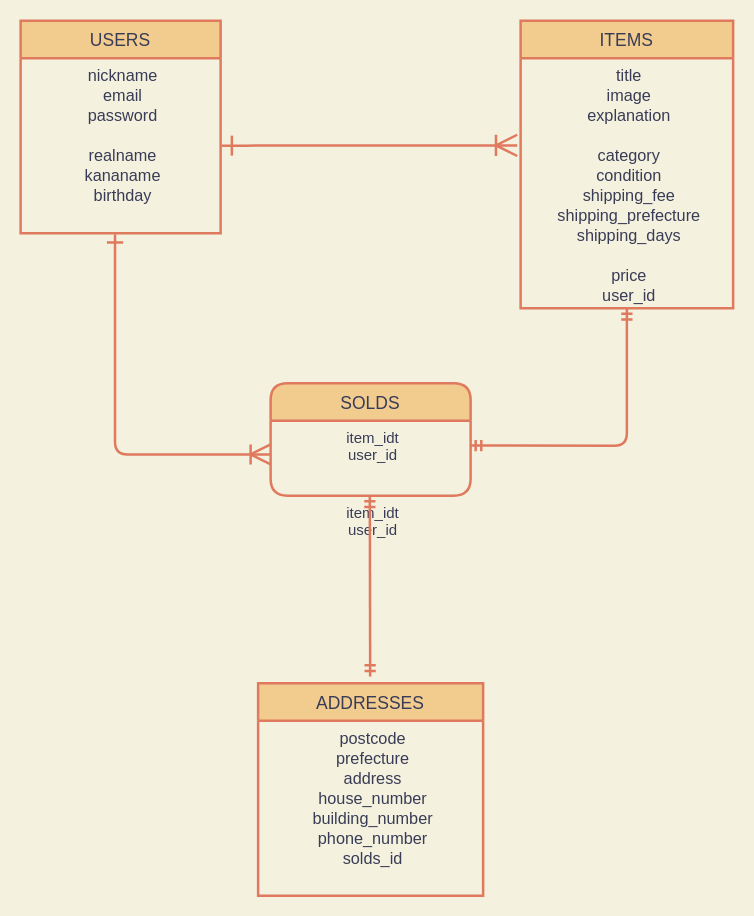
The draw.io diagram furima.dio in ZUNMASUI/furima-33472, before the edit. Source tidied: cells renumbered, new cells numbered last; positions are measured from the earlier drawing's top-left corner, leaving out a move shared by most shapes. Both pictures are drawn from the tidied source at 125%, with x=0, y=0 at pixel (20, 20).
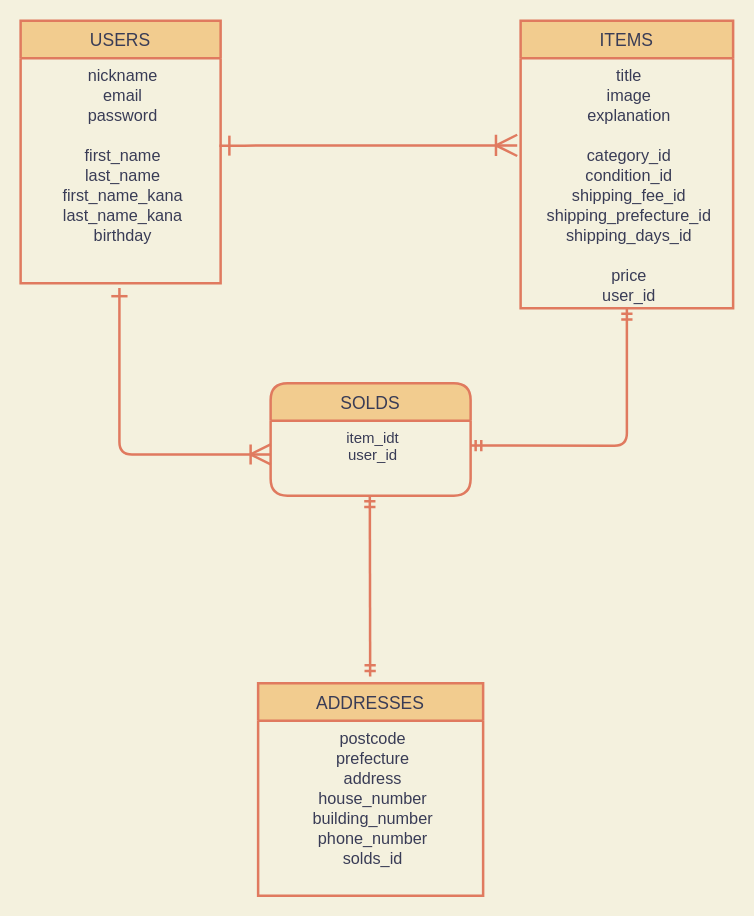
After the change.

Commit message (it also covers changes not shown here):
修正箇所の提出

What changed in the source:
```diff
@@
 <mxGraphModel background="#F4F1DE">
   <root>
     <mxCell id="0" />
     <mxCell id="1" parent="0" />
     <mxCell id="2" value="USERS" style="swimlane;horizontal=1;startSize=30;fontSize=14;fontStyle=0;strokeWidth=2;shadow=0;dashed=0;align=center;fillColor=#F2CC8F;strokeColor=#E07A5F;fontColor=#393C56;" parent="1" vertex="1">
-      <mxGeometry width="160" height="170" as="geometry" />
+      <mxGeometry width="160" height="210" as="geometry" />
     </mxCell>
-    <mxCell id="3" value="nickname&#10;email&#10;password&#10;&#10;realname&#10;kananame&#10;birthday" style="align=center;strokeColor=none;fillColor=none;spacingLeft=4;fontSize=13;verticalAlign=top;fontColor=#393C56;" parent="2" vertex="1">
-      <mxGeometry y="30" width="160" height="140" as="geometry" />
+    <mxCell id="3" value="nickname&#10;email&#10;password&#10;&#10;first_name&#10;last_name&#10;first_name_kana&#10;last_name_kana&#10;birthday" style="align=center;strokeColor=none;fillColor=none;spacingLeft=4;fontSize=13;verticalAlign=top;fontColor=#393C56;" parent="2" vertex="1">
+      <mxGeometry y="30" width="160" height="180" as="geometry" />
     </mxCell>
     <mxCell id="4" value="ITEMS" style="swimlane;horizontal=1;startSize=30;fontSize=14;fontStyle=0;strokeWidth=2;shadow=0;dashed=0;align=center;fillColor=#F2CC8F;strokeColor=#E07A5F;fontColor=#393C56;" parent="1" vertex="1">
       <mxGeometry x="400" width="170" height="230" as="geometry" />
     </mxCell>
-    <mxCell id="5" value="title&#10;image&#10;explanation&#10;&#10;category&#10;condition&#10;shipping_fee&#10;shipping_prefecture&#10;shipping_days&#10;&#10;price&#10;user_id&#10;" style="align=center;strokeColor=none;fillColor=none;spacingLeft=4;fontSize=13;verticalAlign=top;fontColor=#393C56;" parent="4" vertex="1">
+    <mxCell id="5" value="title&#10;image&#10;explanation&#10;&#10;category_id&#10;condition_id&#10;shipping_fee_id&#10;shipping_prefecture_id&#10;shipping_days_id&#10;&#10;price&#10;user_id&#10;" style="align=center;strokeColor=none;fillColor=none;spacingLeft=4;fontSize=13;verticalAlign=top;fontColor=#393C56;" parent="4" vertex="1">
       <mxGeometry y="30" width="170" height="200" as="geometry" />
     </mxCell>
     <mxCell id="6" value="ADDRESSES" style="swimlane;horizontal=1;startSize=30;fontSize=14;fontStyle=0;strokeWidth=2;shadow=0;dashed=0;align=center;fillColor=#F2CC8F;strokeColor=#E07A5F;fontColor=#393C56;" parent="1" vertex="1">
       <mxGeometry x="190" y="530" width="180" height="170" as="geometry" />
     </mxCell>
     <mxCell id="7" value="postcode&#10;prefecture&#10;address&#10;house_number&#10;building_number&#10;phone_number&#10;solds_id" style="align=center;strokeColor=none;fillColor=none;spacingLeft=4;fontSize=13;verticalAlign=top;fontColor=#393C56;" parent="6" vertex="1">
       <mxGeometry y="30" width="180" height="140" as="geometry" />
     </mxCell>
-    <mxCell id="8" style="edgeStyle=entityRelationEdgeStyle;fontSize=12;html=1;endArrow=ERoneToMany;entryX=-0.016;entryY=0.349;entryDx=0;entryDy=0;entryPerimeter=0;fillColor=#F2CC8F;endFill=0;strokeColor=#E07A5F;strokeWidth=2;startArrow=ERone;startFill=0;endSize=14;sourcePerimeterSpacing=1;targetPerimeterSpacing=3;startSize=13;labelBackgroundColor=#F4F1DE;fontColor=#393C56;" parent="1" edge="1" source="3" target="5">
-      <mxGeometry relative="1" as="geometry" />
+    <mxCell id="8" style="edgeStyle=entityRelationEdgeStyle;fontSize=12;html=1;endArrow=ERoneToMany;entryX=-0.016;entryY=0.349;entryDx=0;entryDy=0;entryPerimeter=0;fillColor=#F2CC8F;endFill=0;strokeColor=#E07A5F;strokeWidth=2;startArrow=ERone;startFill=0;endSize=14;sourcePerimeterSpacing=1;targetPerimeterSpacing=3;startSize=13;labelBackgroundColor=#F4F1DE;fontColor=#393C56;" parent="1" edge="1" target="5">
+      <mxGeometry relative="1" as="geometry">
+        <mxPoint x="159" y="100" as="sourcePoint" />
+      </mxGeometry>
     </mxCell>
     <mxCell id="9" style="edgeStyle=orthogonalEdgeStyle;fontSize=12;html=1;endArrow=ERmandOne;startArrow=ERmandOne;strokeColor=#E07A5F;strokeWidth=2;entryX=0.5;entryY=1;entryDx=0;entryDy=0;labelBackgroundColor=#F4F1DE;fontColor=#393C56;exitX=0.997;exitY=0.333;exitDx=0;exitDy=0;exitPerimeter=0;" parent="1" edge="1" source="11" target="5">
       <mxGeometry relative="1" as="geometry">
         <Array as="points">
           <mxPoint x="485" y="340" />
         </Array>
       </mxGeometry>
     </mxCell>
     <mxCell id="10" value="SOLDS" style="swimlane;horizontal=1;startSize=30;rounded=1;fontSize=14;fontStyle=0;strokeWidth=2;shadow=0;dashed=0;align=center;strokeColor=#E07A5F;fontColor=#393C56;fillColor=#F2CC8F;" parent="1" vertex="1">
       <mxGeometry x="200" y="290" width="160" height="90" as="geometry" />
     </mxCell>
     <mxCell id="11" value="item_idt&#10;user_id" style="align=center;strokeColor=none;fillColor=none;spacingLeft=4;fontSize=12;verticalAlign=top;fontColor=#393C56;" parent="10" vertex="1">
       <mxGeometry y="30" width="160" height="60" as="geometry" />
     </mxCell>
-    <mxCell id="12" value="item_idt&#10;user_id" style="align=center;strokeColor=none;fillColor=none;spacingLeft=4;fontSize=12;verticalAlign=top;fontColor=#393C56;" parent="10" vertex="1">
-      <mxGeometry y="90" width="160" as="geometry" />
-    </mxCell>
-    <mxCell id="13" style="edgeStyle=elbowEdgeStyle;fontSize=12;html=1;endArrow=ERoneToMany;strokeColor=#E07A5F;fillColor=#F2CC8F;elbow=vertical;strokeWidth=2;entryX=0;entryY=0.455;entryDx=0;entryDy=0;entryPerimeter=0;startSize=10;endSize=13;exitX=0.472;exitY=1.007;exitDx=0;exitDy=0;exitPerimeter=0;startArrow=ERone;startFill=0;" parent="1" edge="1" source="3" target="11">
+    <mxCell id="13" style="edgeStyle=elbowEdgeStyle;fontSize=12;html=1;endArrow=ERoneToMany;strokeColor=#E07A5F;fillColor=#F2CC8F;elbow=vertical;strokeWidth=2;entryX=0;entryY=0.455;entryDx=0;entryDy=0;entryPerimeter=0;startSize=10;endSize=13;startArrow=ERone;startFill=0;exitX=0.494;exitY=1.022;exitDx=0;exitDy=0;exitPerimeter=0;" parent="1" edge="1" source="3" target="11">
       <mxGeometry relative="1" as="geometry">
         <Array as="points">
           <mxPoint x="130" y="347" />
         </Array>
       </mxGeometry>
     </mxCell>
     <mxCell id="14" style="fontSize=12;html=1;endArrow=ERmandOne;startArrow=ERmandOne;strokeColor=#E07A5F;strokeWidth=2;fillColor=#F2CC8F;exitX=0.498;exitY=-0.031;exitDx=0;exitDy=0;exitPerimeter=0;entryX=0.496;entryY=1.001;entryDx=0;entryDy=0;entryPerimeter=0;" parent="1" edge="1" source="6" target="11">
       <mxGeometry relative="1" as="geometry" />
     </mxCell>
   </root>
 </mxGraphModel>
```
